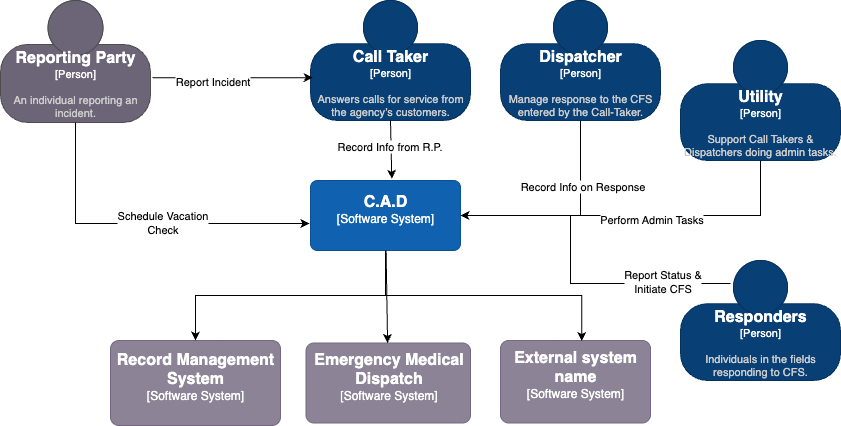
The draw.io diagram cad-system-context.drawio.png in aedenj/cad-system-design, before a commit. Source tidied: cells renumbered, new cells last; positions are measured from the earlier drawing's top-left corner, leaving out a move shared by most shapes.
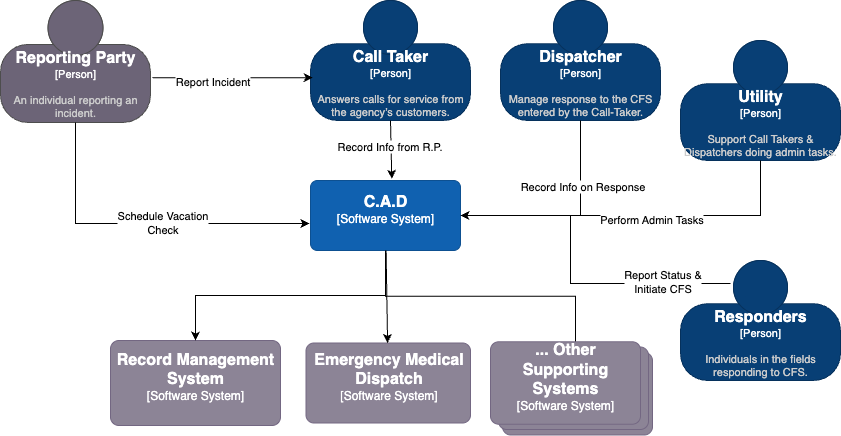
Above is the later version.

What changed in the source:
```diff
@@ -44,15 +44,15 @@
         <mxGeometry x="305.5" y="342.5" width="164.5" height="80" as="geometry" />
       </mxCell>
     </object>
+    <object id="13" label="&lt;font style=&quot;font-size: 16px&quot;&gt;&lt;b&gt;%c4Name%&lt;/b&gt;&lt;/font&gt;&lt;div&gt;[%c4Type%]&lt;/div&gt;&lt;br&gt;&lt;div&gt;&lt;font style=&quot;font-size: 11px&quot;&gt;&lt;font color=&quot;#cccccc&quot;&gt;%c4Description%&lt;/font&gt;&lt;/div&gt;" c4Description="" c4Name="" c4Type="" placeholders="1">
+      <mxCell style="rounded=1;whiteSpace=wrap;html=1;labelBackgroundColor=none;fillColor=#8C8496;fontColor=#ffffff;align=center;arcSize=10;strokeColor=#736782;points=[[0.25,0,0],[0.5,0,0],[0.75,0,0],[1,0.25,0],[1,0.5,0],[1,0.75,0],[0.75,1,0],[0.5,1,0],[0.25,1,0],[0,0.75,0],[0,0.5,0],[0,0.25,0]];" parent="1" vertex="1">
+        <mxGeometry x="502" y="352" width="150" height="82.5" as="geometry" />
+      </mxCell>
+    </object>
     <mxCell id="12" style="rounded=0;jettySize=auto;html=1;" parent="1" edge="1" source="3" target="11">
       <mxGeometry relative="1" as="geometry" />
     </mxCell>
-    <object id="13" label="&lt;font style=&quot;font-size: 16px&quot;&gt;&lt;b&gt;%c4Name%&lt;/b&gt;&lt;/font&gt;&lt;div&gt;[%c4Type%]&lt;/div&gt;&lt;br&gt;&lt;div&gt;&lt;font style=&quot;font-size: 11px&quot;&gt;&lt;font color=&quot;#cccccc&quot;&gt;%c4Description%&lt;/font&gt;&lt;/div&gt;" c4Description="" c4Name="External system name" c4Type="Software System" placeholders="1">
-      <mxCell style="rounded=1;whiteSpace=wrap;html=1;labelBackgroundColor=none;fillColor=#8C8496;fontColor=#ffffff;align=center;arcSize=10;strokeColor=#736782;points=[[0.25,0,0],[0.5,0,0],[0.75,0,0],[1,0.25,0],[1,0.5,0],[1,0.75,0],[0.75,1,0],[0.5,1,0],[0.25,1,0],[0,0.75,0],[0,0.5,0],[0,0.25,0]];" parent="1" vertex="1">
-        <mxGeometry x="500" y="340" width="150" height="82.5" as="geometry" />
-      </mxCell>
-    </object>
-    <mxCell id="14" style="edgeStyle=orthogonalEdgeStyle;rounded=0;jettySize=auto;html=1;exitX=0.5;exitY=1;exitDx=0;exitDy=0;exitPerimeter=0;entryX=0.542;entryY=0.008;entryDx=0;entryDy=0;entryPerimeter=0;" parent="1" edge="1" source="3" target="13">
+    <mxCell id="14" style="edgeStyle=orthogonalEdgeStyle;rounded=0;jettySize=auto;html=1;exitX=0.5;exitY=1;exitDx=0;exitDy=0;exitPerimeter=0;entryX=0.567;entryY=0.227;entryDx=0;entryDy=0;entryPerimeter=0;" parent="1" edge="1" source="3" target="27">
       <mxGeometry relative="1" as="geometry" />
     </mxCell>
     <object id="15" label="&lt;font style=&quot;font-size: 16px&quot;&gt;&lt;b&gt;%c4Name%&lt;/b&gt;&lt;/font&gt;&lt;div&gt;[%c4Type%]&lt;/div&gt;&lt;br&gt;&lt;div&gt;&lt;font style=&quot;font-size: 11px&quot;&gt;&lt;font color=&quot;#cccccc&quot;&gt;%c4Description%&lt;/font&gt;&lt;/div&gt;" c4Description="Manage response to the CFS entered by the Call-Taker." c4Name="Dispatcher" c4Type="Person" placeholders="1">
@@ -94,5 +94,15 @@
     <mxCell id="25" value="Report Status &amp;amp;&lt;br&gt;Initiate CFS" style="edgeLabel;html=1;align=center;verticalAlign=middle;" parent="24" vertex="1">
       <mxGeometry x="-0.59" y="-3" relative="1" as="geometry" />
     </mxCell>
+    <object id="26" label="&lt;font style=&quot;font-size: 16px&quot;&gt;&lt;b&gt;%c4Name%&lt;/b&gt;&lt;/font&gt;&lt;div&gt;[%c4Type%]&lt;/div&gt;&lt;br&gt;&lt;div&gt;&lt;font style=&quot;font-size: 11px&quot;&gt;&lt;font color=&quot;#cccccc&quot;&gt;%c4Description%&lt;/font&gt;&lt;/div&gt;" c4Description="" c4Name="" c4Type="" placeholders="1">
+      <mxCell style="rounded=1;whiteSpace=wrap;html=1;labelBackgroundColor=none;fillColor=#8C8496;fontColor=#ffffff;align=center;arcSize=10;strokeColor=#736782;" parent="1" vertex="1">
+        <mxGeometry x="498" y="346.5" width="150" height="82.5" as="geometry" />
+      </mxCell>
+    </object>
+    <object id="27" label="&lt;font style=&quot;font-size: 16px&quot;&gt;&lt;b&gt;%c4Name%&lt;/b&gt;&lt;/font&gt;&lt;div&gt;[%c4Type%]&lt;/div&gt;&lt;br&gt;&lt;div&gt;&lt;font style=&quot;font-size: 11px&quot;&gt;&lt;font color=&quot;#cccccc&quot;&gt;%c4Description%&lt;/font&gt;&lt;/div&gt;" c4Description="" c4Name="... Other Supporting Systems" c4Type="Software System" placeholders="1">
+      <mxCell style="rounded=1;whiteSpace=wrap;html=1;labelBackgroundColor=none;fillColor=#8C8496;fontColor=#ffffff;align=center;arcSize=10;strokeColor=#736782;points=[[0.25,0,0],[0.5,0,0],[0.75,0,0],[1,0.25,0],[1,0.5,0],[1,0.75,0],[0.75,1,0],[0.5,1,0],[0.25,1,0],[0,0.75,0],[0,0.5,0],[0,0.25,0]];" parent="1" vertex="1">
+        <mxGeometry x="490" y="341.2" width="150" height="82.5" as="geometry" />
+      </mxCell>
+    </object>
   </root>
 </mxGraphModel>
```
